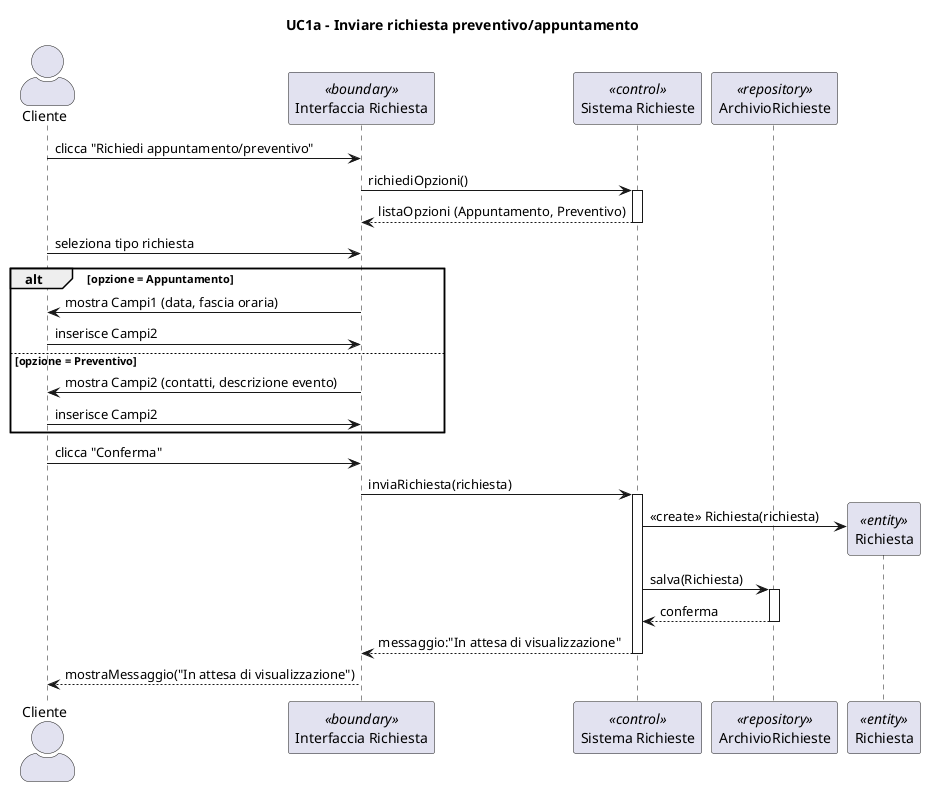
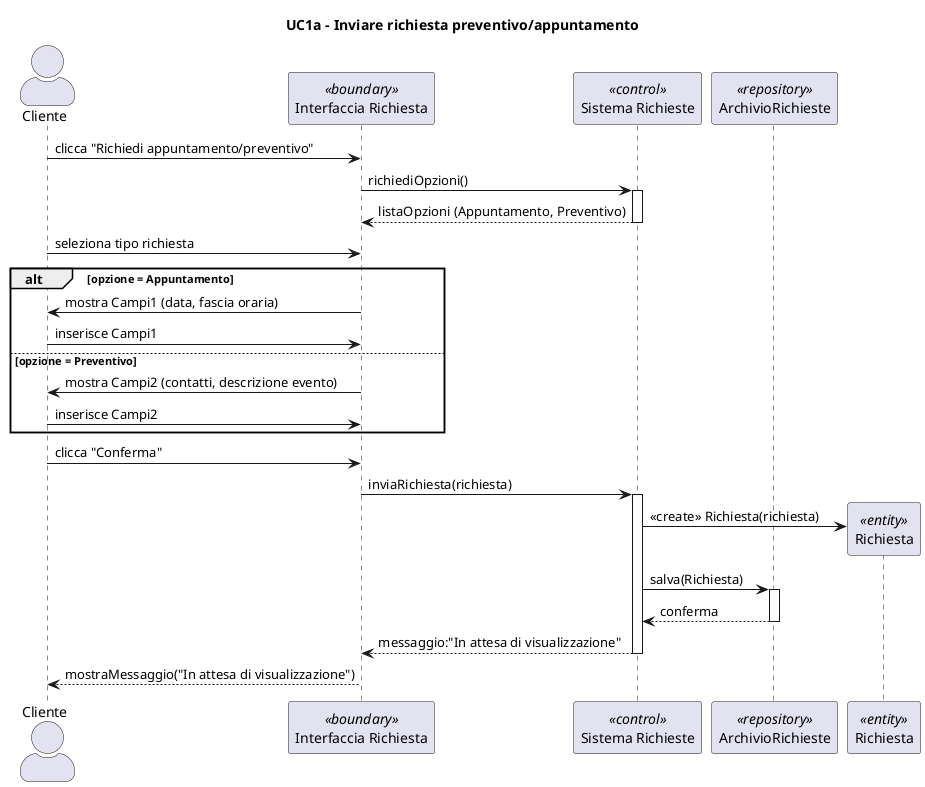
@startuml
title UC1a - Inviare richiesta preventivo/appuntamento
skinparam actorStyle awesome
actor Cliente
participant "Interfaccia Richiesta" as UI <<boundary>>
participant "Sistema Richieste" as S <<control>>
participant "ArchivioRichieste" as Repo <<repository>>
participant "Richiesta" as R <<entity>>


Cliente -> UI : clicca "Richiedi appuntamento/preventivo"
UI -> S : richiediOpzioni()
activate S
S --> UI : listaOpzioni (Appuntamento, Preventivo)
deactivate S

Cliente -> UI : seleziona tipo richiesta

alt opzione = Appuntamento
    UI -> Cliente : mostra Campi1 (data, fascia oraria)
-     Cliente -> UI : inserisce Campi2
+     Cliente -> UI : inserisce Campi1
else opzione = Preventivo
    UI -> Cliente : mostra Campi2 (contatti, descrizione evento)
    Cliente -> UI : inserisce Campi2
end

Cliente -> UI : clicca "Conferma"
UI -> S : inviaRichiesta(richiesta)
activate S

create R
S -> R : <<create>> Richiesta(richiesta)

S -> Repo : salva(Richiesta)
activate Repo
Repo --> S : conferma
deactivate Repo

S --> UI : messaggio:"In attesa di visualizzazione"
deactivate S

UI --> Cliente : mostraMessaggio("In attesa di visualizzazione")

@enduml
